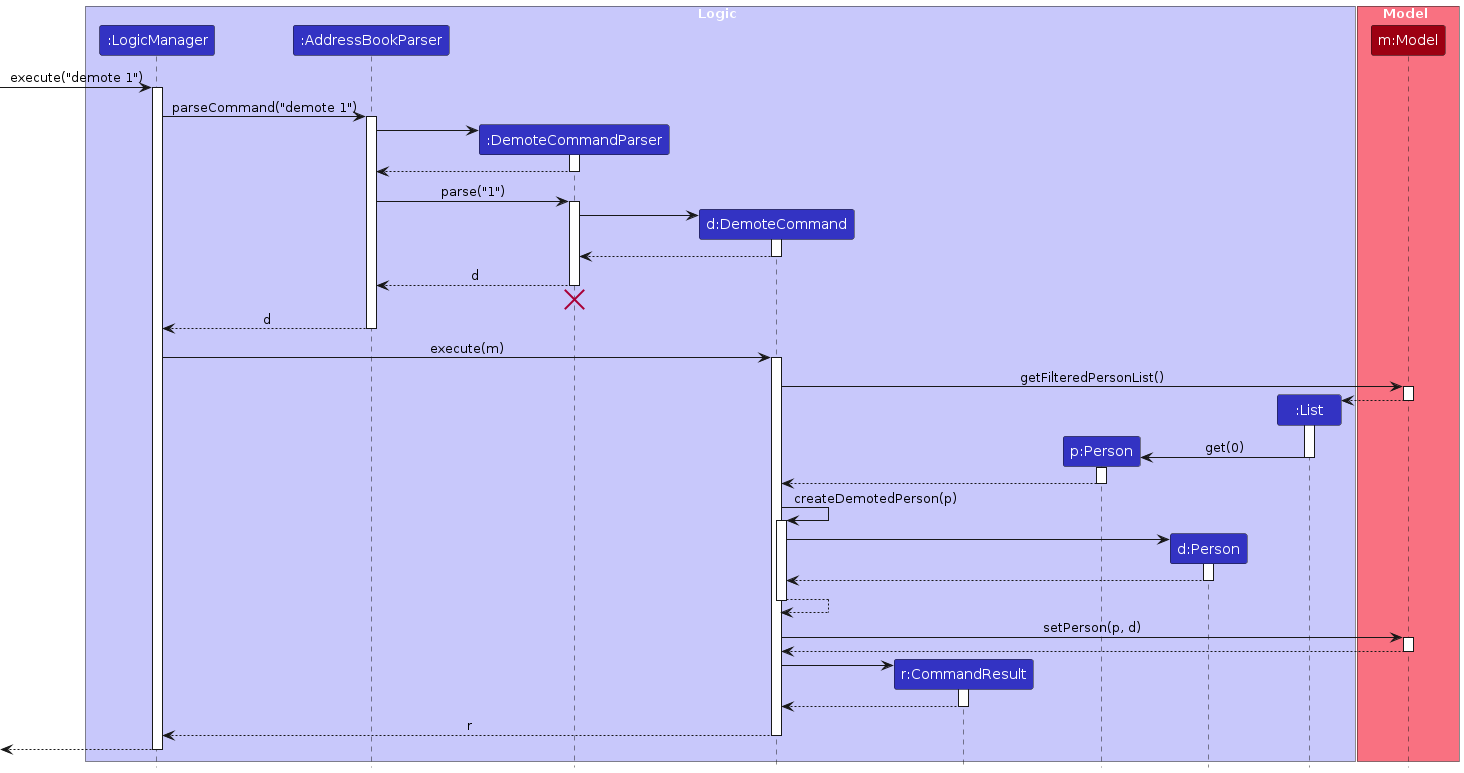
Above: diagrams/DemoteSequenceDiagram.png in AY2425S1-CS2103T-T10-2/tp (PlantUML), before the change. Its source is kept beside it as diagrams/DemoteSequenceDiagram.puml. Its diagram source:
```plantuml
@startuml
!include style.puml
skinparam ArrowFontStyle plain

box Logic LOGIC_COLOR_T1
participant ":LogicManager" as LogicManager LOGIC_COLOR
participant ":AddressBookParser" as AddressBookParser LOGIC_COLOR
participant ":DemoteCommandParser" as DemoteCommandParser LOGIC_COLOR
participant "d:DemoteCommand" as DemoteCommand LOGIC_COLOR
participant "r:CommandResult" as CommandResult LOGIC_COLOR
participant "p:Person" as Person LOGIC_COLOR
participant "d:Person" as Person1 LOGIC_COLOR
participant ":List" as List LOGIC_COLOR
end box

box Model MODEL_COLOR_T1
participant "m:Model" as Model MODEL_COLOR
end box

[-> LogicManager : execute("demote 1")
activate LogicManager

LogicManager -> AddressBookParser : parseCommand("demote 1")
activate AddressBookParser

create DemoteCommandParser
AddressBookParser -> DemoteCommandParser
activate DemoteCommandParser

DemoteCommandParser --> AddressBookParser
deactivate DemoteCommandParser

AddressBookParser -> DemoteCommandParser : parse("1")
activate DemoteCommandParser

create DemoteCommand
DemoteCommandParser -> DemoteCommand
activate DemoteCommand

DemoteCommand --> DemoteCommandParser :
deactivate DemoteCommand

DemoteCommandParser --> AddressBookParser : d
deactivate DemoteCommandParser
DemoteCommandParser -[hidden]-> AddressBookParser
destroy DemoteCommandParser

AddressBookParser --> LogicManager : d
deactivate AddressBookParser

LogicManager -> DemoteCommand : execute(m)
activate DemoteCommand

DemoteCommand -> Model : getFilteredPersonList()
activate Model

Create List
Model --> List
activate List
deactivate Model

Create Person
List -> Person : get(0)
deactivate List
activate Person

Person --> DemoteCommand
deactivate Person

DemoteCommand -> DemoteCommand : createDemotedPerson(p)
activate DemoteCommand

Create Person1
DemoteCommand -> Person1
activate Person1

Person1 --> DemoteCommand
deactivate Person1

DemoteCommand --> DemoteCommand
deactivate DemoteCommand

DemoteCommand -> Model : setPerson(p, d)
activate Model

Model --> DemoteCommand
deactivate Model

create CommandResult
DemoteCommand -> CommandResult
activate CommandResult

CommandResult --> DemoteCommand
deactivate CommandResult

DemoteCommand --> LogicManager : r
deactivate DemoteCommand

[<--LogicManager
deactivate LogicManager
@enduml
```
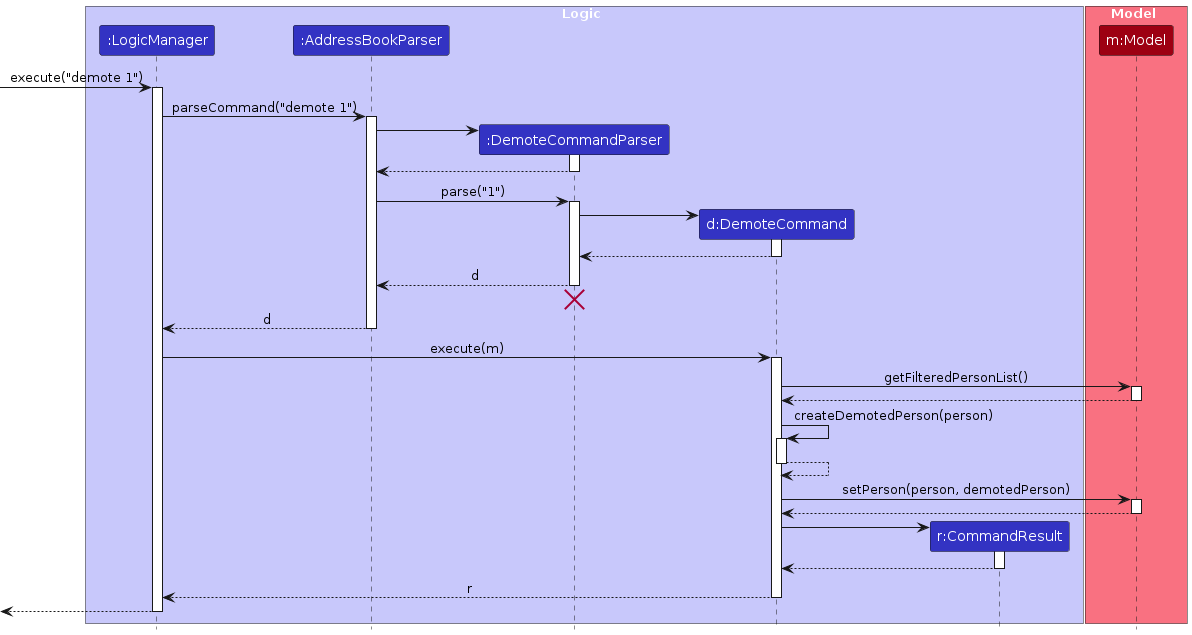
After the change.

Diff of the diagram source:
```diff
@@ -8,9 +8,6 @@
 participant ":DemoteCommandParser" as DemoteCommandParser LOGIC_COLOR
 participant "d:DemoteCommand" as DemoteCommand LOGIC_COLOR
 participant "r:CommandResult" as CommandResult LOGIC_COLOR
-participant "p:Person" as Person LOGIC_COLOR
-participant "d:Person" as Person1 LOGIC_COLOR
-participant ":List" as List LOGIC_COLOR
 end box
 
 box Model MODEL_COLOR_T1
@@ -54,33 +51,16 @@
 DemoteCommand -> Model : getFilteredPersonList()
 activate Model
 
-Create List
-Model --> List
-activate List
+Model --> DemoteCommand
 deactivate Model
 
-Create Person
-List -> Person : get(0)
-deactivate List
-activate Person
-
-Person --> DemoteCommand
-deactivate Person
-
-DemoteCommand -> DemoteCommand : createDemotedPerson(p)
+DemoteCommand -> DemoteCommand : createDemotedPerson(person)
 activate DemoteCommand
-
-Create Person1
-DemoteCommand -> Person1
-activate Person1
-
-Person1 --> DemoteCommand
-deactivate Person1
 
 DemoteCommand --> DemoteCommand
 deactivate DemoteCommand
 
-DemoteCommand -> Model : setPerson(p, d)
+DemoteCommand -> Model : setPerson(person, demotedPerson)
 activate Model
 
 Model --> DemoteCommand
```
